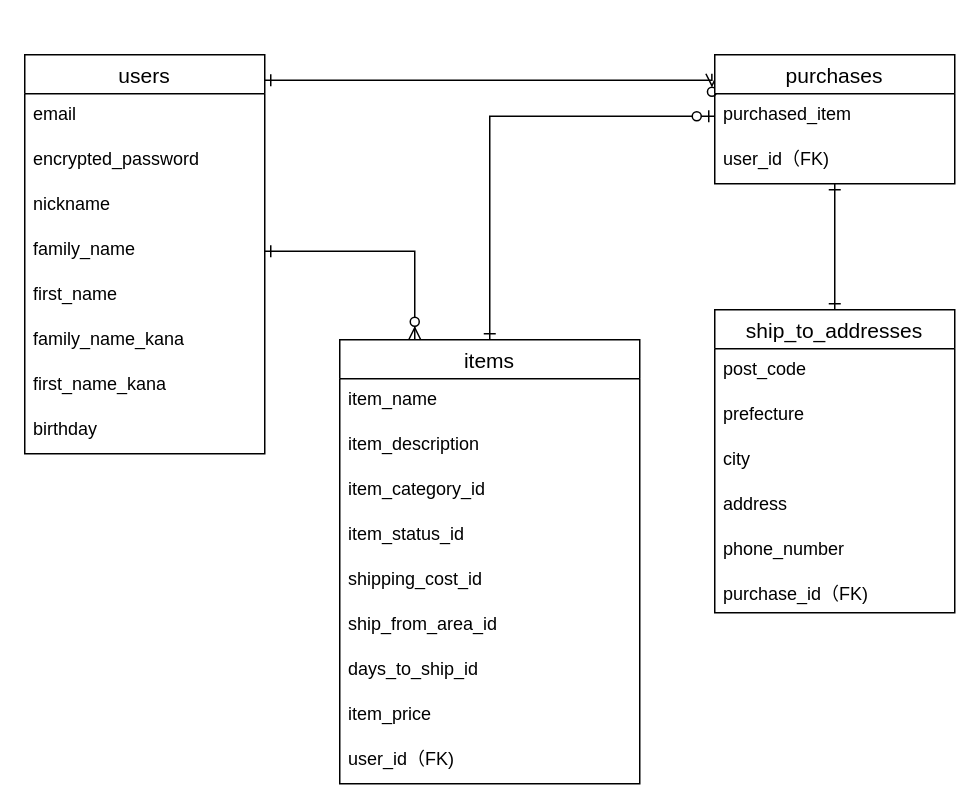
The draw.io diagram furima.dio in kysh555/furima-32107, before the edit. Source tidied: cells renumbered, new cells numbered last; positions are measured from the earlier drawing's top-left corner, leaving out a move shared by most shapes. Both pictures are drawn from the tidied source at 150%, with x=0, y=0 at pixel (24, 54).
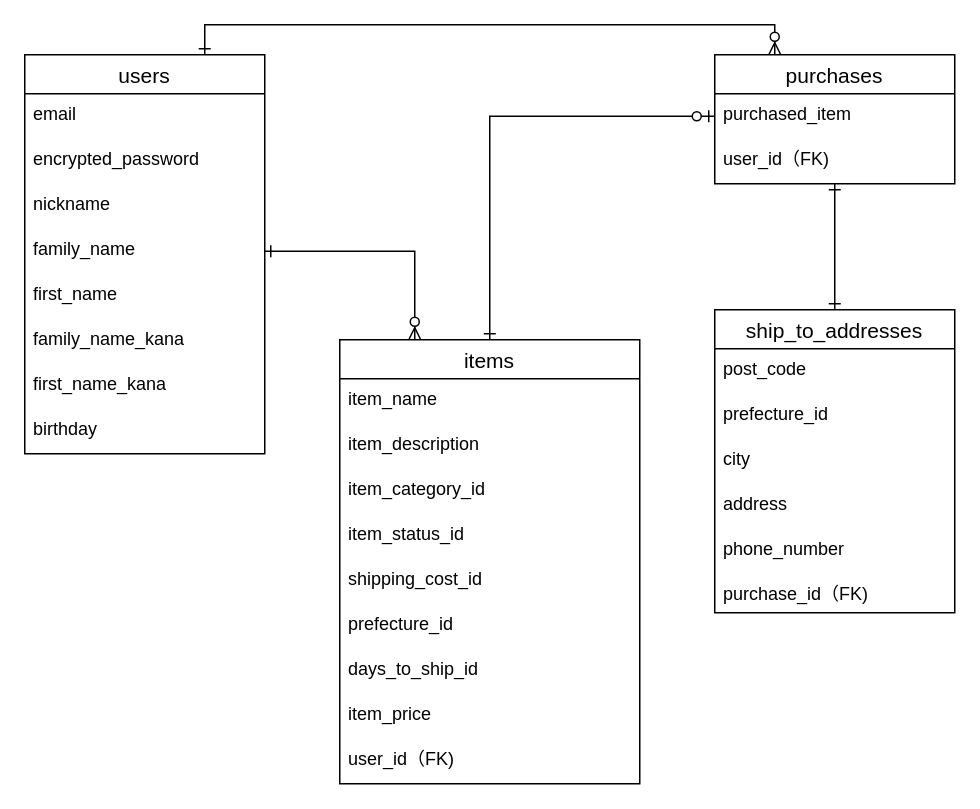
The same diagram, later.

Commit message (it also covers changes not shown here):
DB設計修正3回目

Unchanged cells that the change refers to:
```xml
<mxCell id="4" value="users" style="swimlane;fontStyle=0;horizontal=1;startSize=26;align=center;fontSize=14;" parent="1" vertex="1">
  <mxGeometry width="160" height="266" as="geometry" />
</mxCell>
<mxCell id="13" value="purchases" style="swimlane;fontStyle=0;horizontal=1;startSize=26;align=center;fontSize=14;" parent="1" vertex="1">
  <mxGeometry x="460" width="160" height="86" as="geometry" />
</mxCell>
<mxCell id="16" value="ship_to_addresses" style="swimlane;fontStyle=0;horizontal=1;startSize=26;align=center;fontSize=14;" parent="1" vertex="1">
  <mxGeometry x="460" y="170" width="160" height="202" as="geometry" />
</mxCell>
<mxCell id="24" value="items" style="swimlane;fontStyle=0;horizontal=1;startSize=26;align=center;fontSize=14;" parent="1" vertex="1">
  <mxGeometry x="210" y="190" width="200" height="296" as="geometry" />
</mxCell>
```

Diff of the diagram source:
```diff
@@
-    <mxCell id="3" style="edgeStyle=orthogonalEdgeStyle;rounded=0;jettySize=auto;html=1;exitX=1;exitY=0.064;exitDx=0;exitDy=0;entryX=-0.012;entryY=0.147;entryDx=0;entryDy=0;startArrow=ERone;startFill=0;endArrow=ERzeroToMany;endFill=1;exitPerimeter=0;entryPerimeter=0;" parent="1" edge="1" source="4" target="13">
-      <mxGeometry relative="1" as="geometry">
-        <Array as="points">
-          <mxPoint x="230" y="17" />
-          <mxPoint x="230" y="17" />
-        </Array>
-      </mxGeometry>
+    <mxCell id="3" style="edgeStyle=orthogonalEdgeStyle;rounded=0;jettySize=auto;html=1;exitX=0.75;exitY=0;exitDx=0;exitDy=0;entryX=0.25;entryY=0;entryDx=0;entryDy=0;endArrow=ERzeroToMany;endFill=1;startArrow=ERone;startFill=0;" parent="1" edge="1" source="4" target="13">
+      <mxGeometry relative="1" as="geometry" />
     </mxCell>
@@
-    <mxCell id="18" value="prefecture" style="text;strokeColor=none;fillColor=none;spacingLeft=4;spacingRight=4;overflow=hidden;fontSize=12;" parent="16" vertex="1">
+    <mxCell id="18" value="prefecture_id" style="text;strokeColor=none;fillColor=none;spacingLeft=4;spacingRight=4;overflow=hidden;fontSize=12;" parent="16" vertex="1">
       <mxGeometry y="56" width="160" height="30" as="geometry" />
     </mxCell>
@@
-    <mxCell id="30" value="ship_from_area_id" style="text;strokeColor=none;fillColor=none;spacingLeft=4;spacingRight=4;overflow=hidden;fontSize=12;" parent="24" vertex="1">
+    <mxCell id="30" value="prefecture_id" style="text;strokeColor=none;fillColor=none;spacingLeft=4;spacingRight=4;overflow=hidden;fontSize=12;" parent="24" vertex="1">
       <mxGeometry y="176" width="200" height="30" as="geometry" />
     </mxCell>
```
